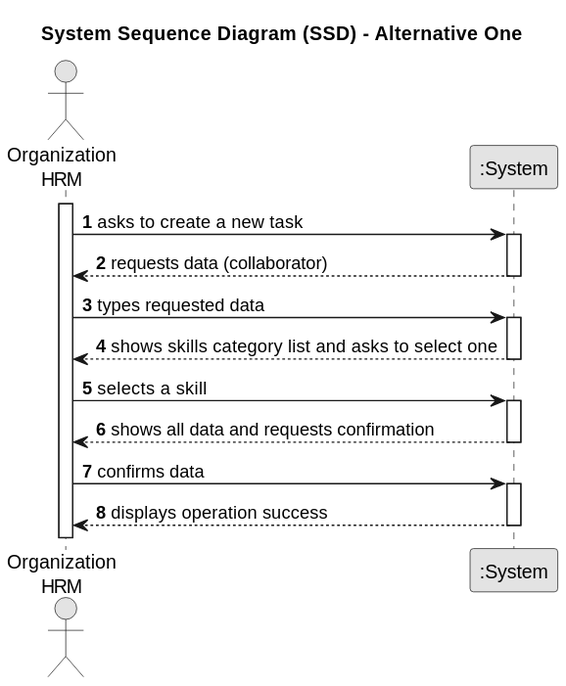
Departamento-de-Engenharia-Informatica/lei-24-s2-1db-g022 keeps this PlantUML diagram as docs/sprintA/us04/01.requirements-engineering/svg/us04-system-sequence-diagram.svg. Above is the earlier version. The source it was exported from:
```plantuml
@startuml
skinparam monochrome true
skinparam packageStyle rectangle
skinparam shadowing false

title System Sequence Diagram (SSD) - Alternative One

autonumber

actor "Organization\nHRM" as HRM
participant ":System" as System

activate HRM

    HRM -> System : asks to create a new task
    activate System

        System --> HRM : requests data (collaborator)
    deactivate System

    HRM -> System : types requested data
    activate System

        System --> HRM : shows skills category list and asks to select one
    deactivate System

    HRM -> System : selects a skill
    activate System

        System --> HRM : shows all data and requests confirmation
    deactivate System

    HRM -> System : confirms data
    activate System

        System --> HRM : displays operation success
    deactivate System

@enduml
```
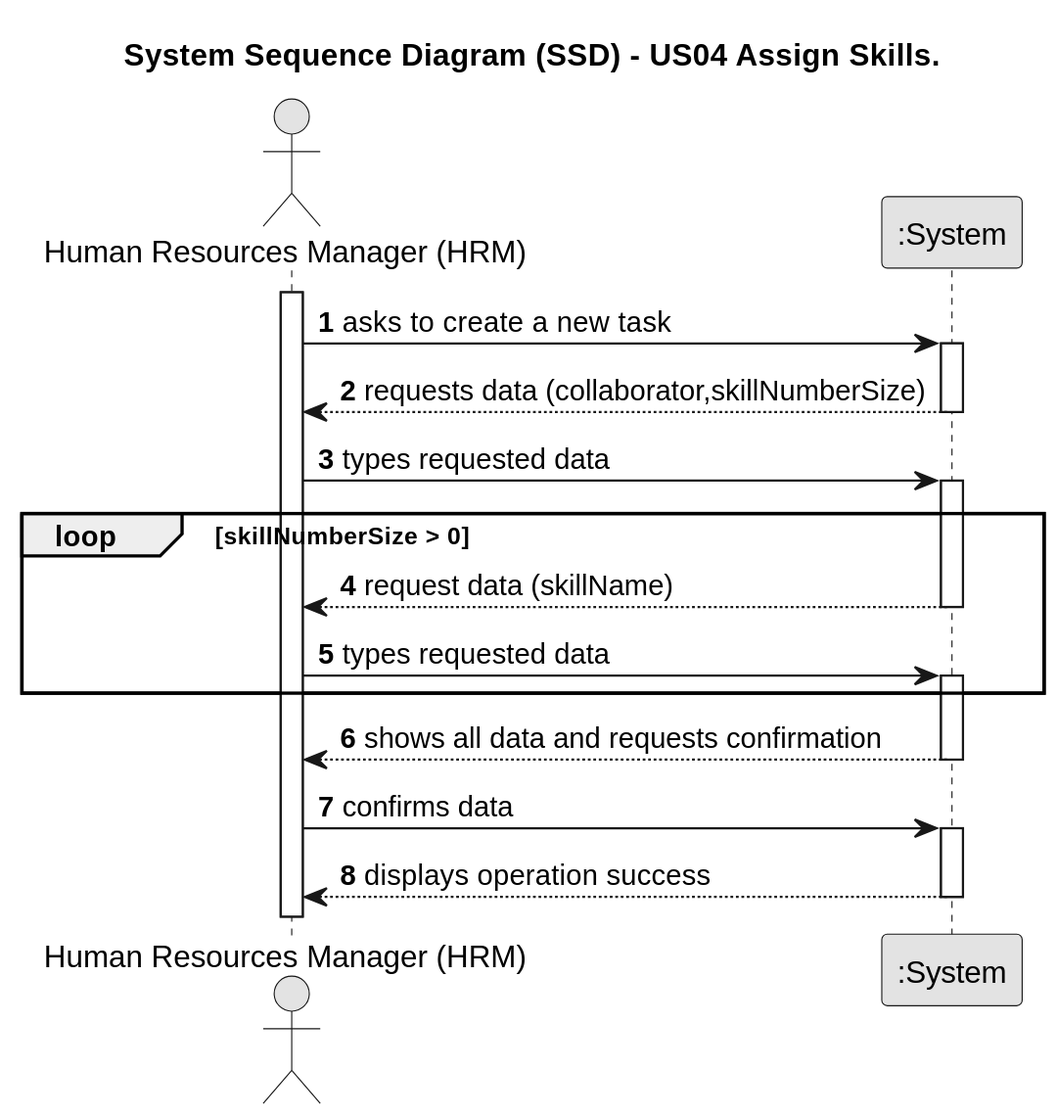
After the change.

Diff of the diagram source:
```diff
@@ -3,11 +3,11 @@
 skinparam packageStyle rectangle
 skinparam shadowing false
 
-title System Sequence Diagram (SSD) - Alternative One
+title System Sequence Diagram (SSD) - US04 Assign Skills.
 
 autonumber
 
-actor "Organization\nHRM" as HRM
+actor "Human Resources Manager (HRM)" as HRM
 participant ":System" as System
 
 activate HRM
@@ -15,17 +15,17 @@
     HRM -> System : asks to create a new task
     activate System
 
-        System --> HRM : requests data (collaborator)
+        System --> HRM : requests data (collaborator,skillNumberSize)
     deactivate System
 
     HRM -> System : types requested data
     activate System
-
-        System --> HRM : shows skills category list and asks to select one
+ loop skillNumberSize > 0
+        System --> HRM : request data (skillName)
     deactivate System
-
-    HRM -> System : selects a skill
+    HRM -> System : types requested data
     activate System
+ end loop
 
         System --> HRM : shows all data and requests confirmation
     deactivate System
@@ -35,5 +35,4 @@
 
         System --> HRM : displays operation success
     deactivate System
-
 @enduml
```
